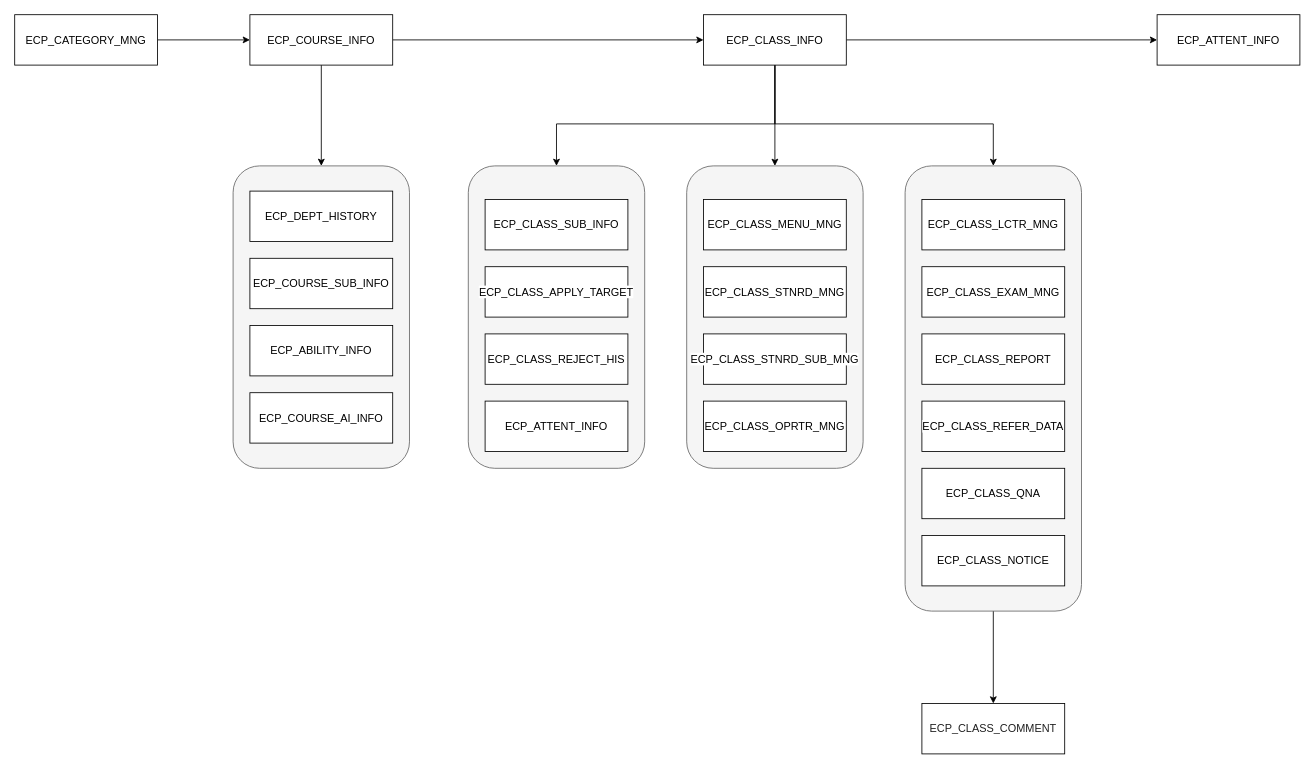
This is page "비교과프로그램" (2 of 3) of Table Structure.drawio from HAR00N/draw.io, a draw.io file, before an edit. Source tidied: cells renumbered, new cells numbered last; positions are measured from the earlier drawing's top-left corner, leaving out a move shared by most shapes. Both pictures are drawn from the tidied source at 84%, with x=0, y=0 at pixel (14, 14).
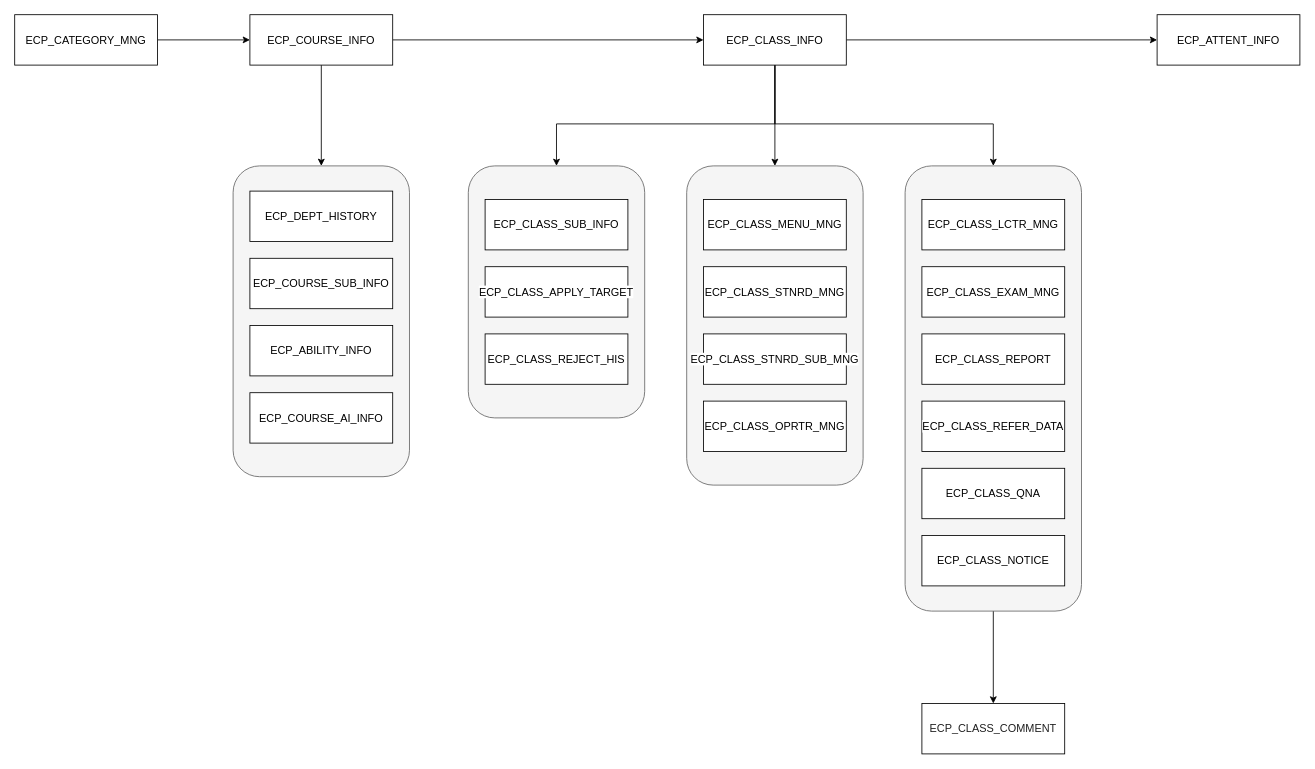
The same page after the edit.

Change to the diagram source:
```diff
@@
     <mxCell id="2" style="rounded=1;whiteSpace=wrap;html=1;fillColor=#f5f5f5;fontColor=#333333;strokeColor=#666666;" parent="1" vertex="1">
-      <mxGeometry x="540" y="180" width="210" height="360" as="geometry" />
+      <mxGeometry x="540" y="180" width="210" height="300" as="geometry" />
     </mxCell>
     <mxCell id="3" style="rounded=1;whiteSpace=wrap;html=1;fillColor=#f5f5f5;fontColor=#333333;strokeColor=#666666;" parent="1" vertex="1">
-      <mxGeometry x="800" y="180" width="210" height="360" as="geometry" />
+      <mxGeometry x="800" y="180" width="210" height="380" as="geometry" />
     </mxCell>
     <mxCell id="4" style="rounded=1;whiteSpace=wrap;html=1;fillColor=#f5f5f5;fontColor=#333333;strokeColor=#666666;" parent="1" vertex="1">
-      <mxGeometry x="260" y="180" width="210" height="360" as="geometry" />
+      <mxGeometry x="260" y="180" width="210" height="370" as="geometry" />
     </mxCell>
@@
-    <mxCell id="23" value="&lt;span style=&quot;font-family: docs-Calibri; font-size: 13px; text-align: left; white-space-collapse: preserve; background-color: rgb(255, 255, 255);&quot;&gt;ECP_ATTENT_INFO&lt;/span&gt;" style="whiteSpace=wrap;html=1;" parent="1" vertex="1">
-      <mxGeometry x="560" y="460" width="170" height="60" as="geometry" />
-    </mxCell>
```
